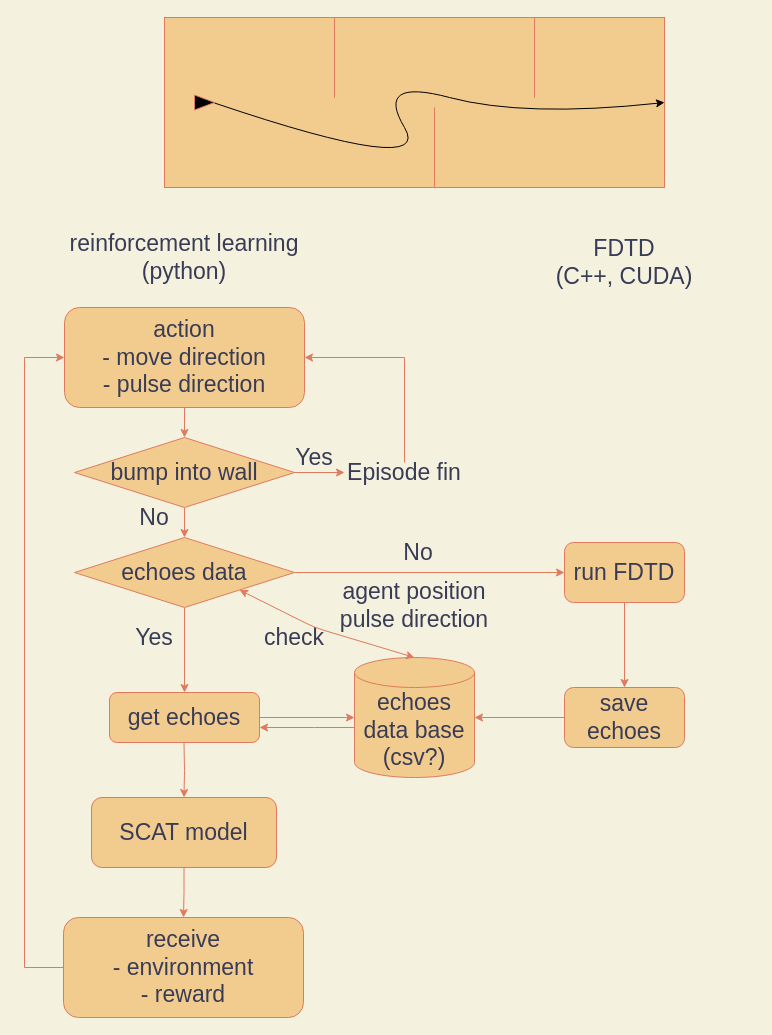
Earlier version of the draw.io diagram page "Page-1" (1 of 2) of reinforcement_learning/Bat_agent.drawio (tsmyu/openBATS). Source tidied: cells renumbered, new cells numbered last; positions are measured from the earlier drawing's top-left corner, leaving out a move shared by most shapes. Both pictures are drawn from the tidied source at 100%, with x=0, y=0 at pixel (24, 17).
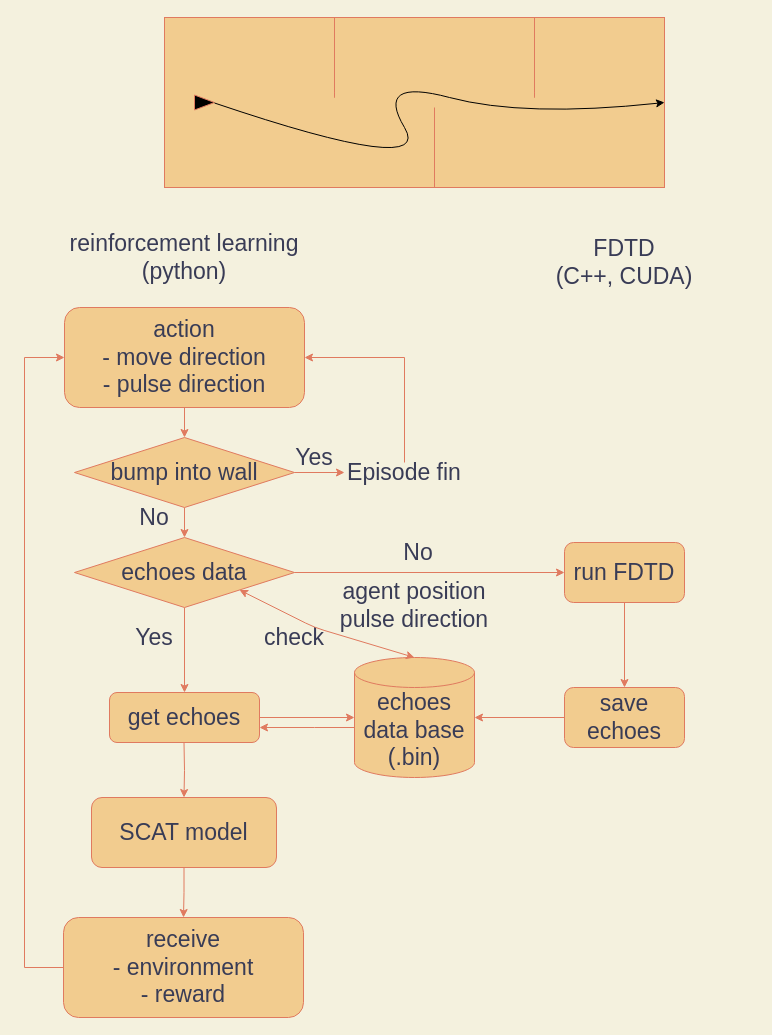
After the change.

The edit, as a diff of the source:
```diff
@@
-    <mxCell id="29" value="echoes data base&lt;br&gt;(csv?)" style="shape=cylinder3;whiteSpace=wrap;html=1;boundedLbl=1;backgroundOutline=1;size=15;fontSize=23;fillColor=#F2CC8F;strokeColor=#E07A5F;fontColor=#393C56;" parent="1" vertex="1">
+    <mxCell id="29" value="echoes data base&lt;br&gt;(.bin)" style="shape=cylinder3;whiteSpace=wrap;html=1;boundedLbl=1;backgroundOutline=1;size=15;fontSize=23;fillColor=#F2CC8F;strokeColor=#E07A5F;fontColor=#393C56;" parent="1" vertex="1">
       <mxGeometry x="330" y="640" width="120" height="120" as="geometry" />
     </mxCell>
```
